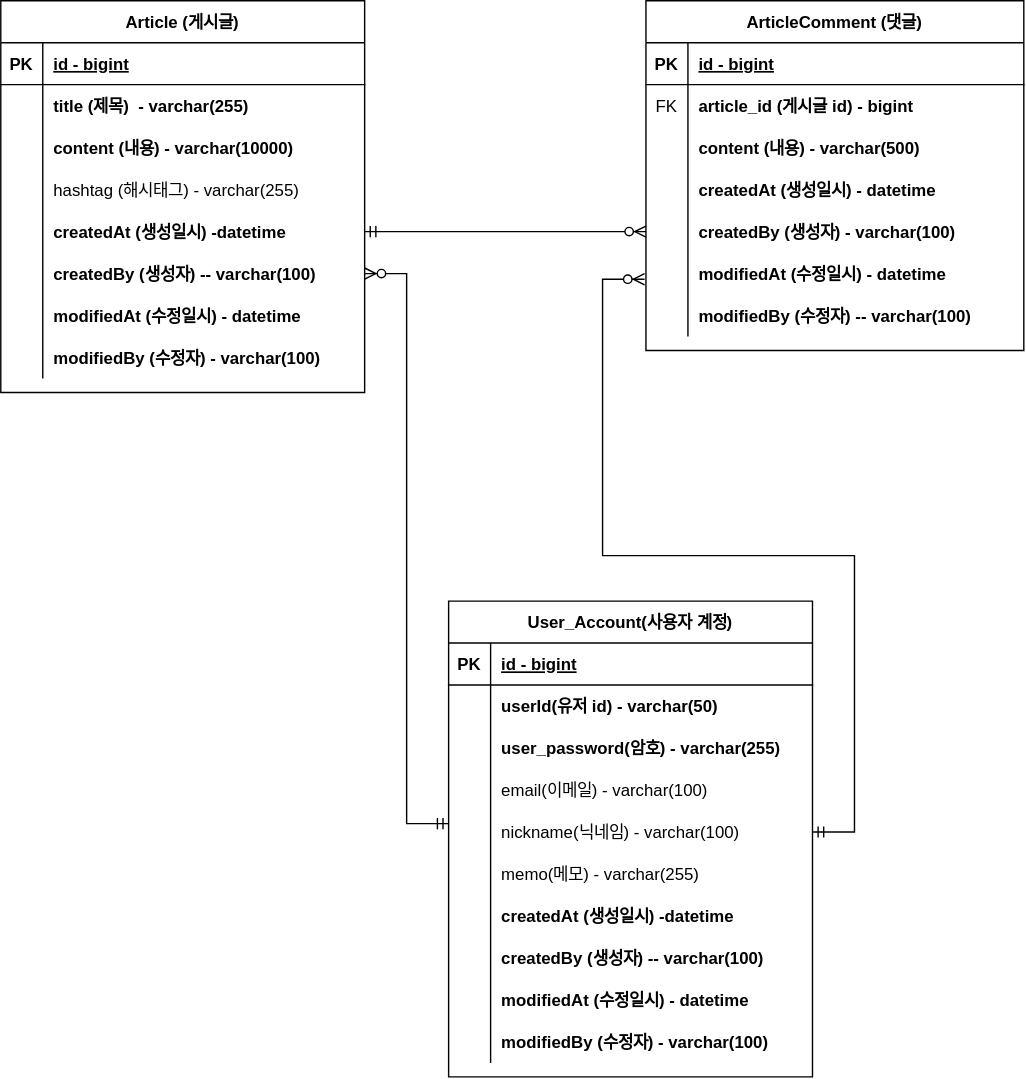
Before: document/project-board-erd.svg, a diagram exported from draw.io (dpwns523/project-board). Source tidied: cells renumbered, new cells last; positions are measured from the earlier drawing's top-left corner, leaving out a move shared by most shapes.
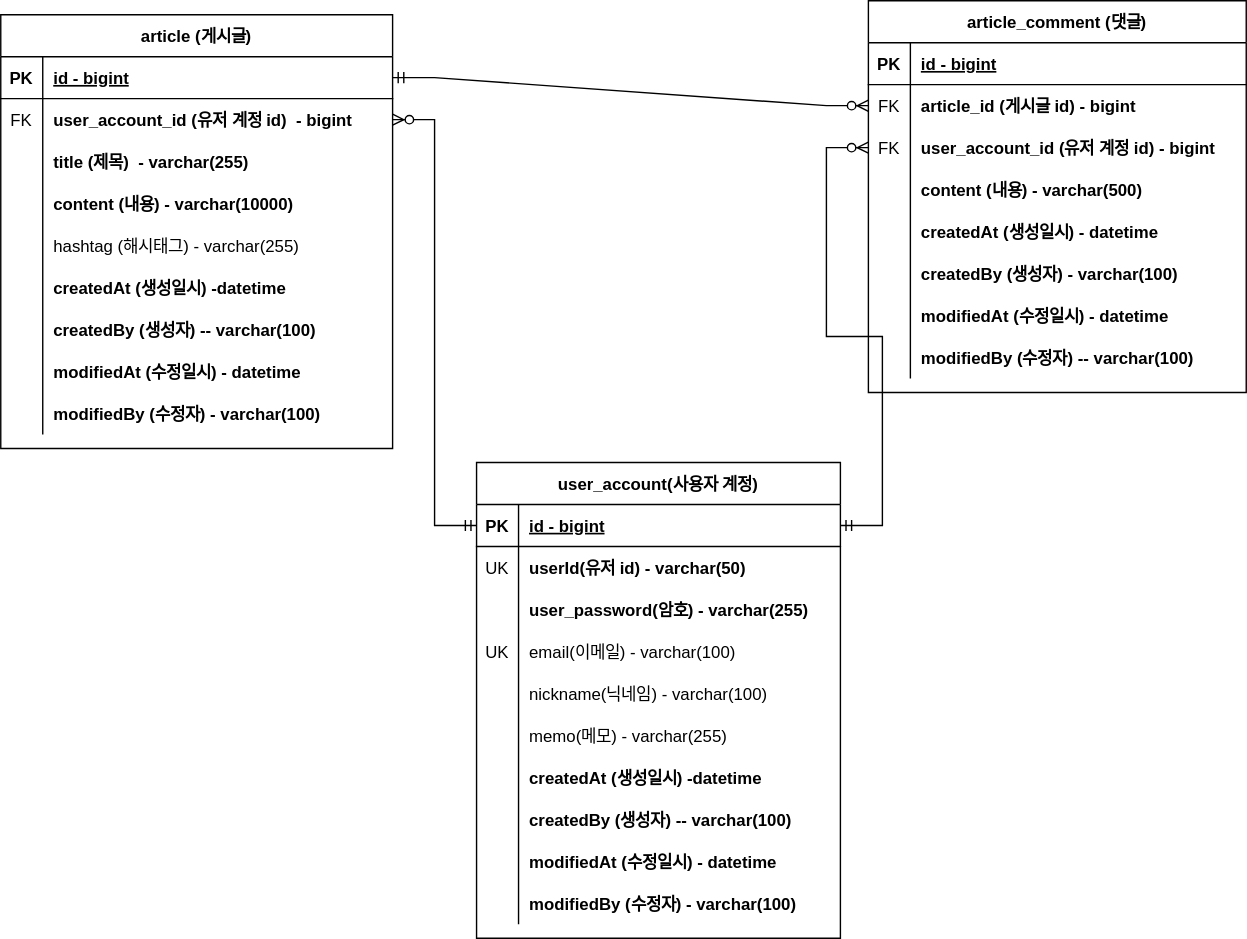
After the commit.

Commit message:
#36 - erd 업데이트: FK, UK 설정

Diff of the diagram source:
```diff
@@ -2,83 +2,92 @@
   <root>
     <mxCell id="0" />
     <mxCell id="1" parent="0" />
-    <mxCell id="2" value="Article (게시글)" style="shape=table;startSize=30;rowLines=0;fontStyle=1;align=center;" parent="1" vertex="1">
-      <mxGeometry width="260" height="280" as="geometry" />
+    <mxCell id="2" value="article (게시글)" style="shape=table;startSize=30;rowLines=0;fontStyle=1;align=center;" parent="1" vertex="1">
+      <mxGeometry x="-140" y="-1" width="280" height="310" as="geometry" />
     </mxCell>
     <mxCell id="3" style="shape=tableRow;horizontal=0;startSize=0;swimlaneHead=0;swimlaneBody=0;fillColor=none;points=[[0,0.5],[1,0.5]];portConstraint=eastwest;top=0;left=0;right=0;bottom=1;" parent="2" vertex="1">
-      <mxGeometry y="30" width="260" height="30" as="geometry" />
+      <mxGeometry y="30" width="280" height="30" as="geometry" />
     </mxCell>
     <mxCell id="4" value="PK" style="shape=partialRectangle;fillColor=none;top=0;left=0;bottom=0;right=0;fontStyle=1;overflow=hidden;" parent="3" vertex="1">
       <mxGeometry width="30" height="30" as="geometry" />
     </mxCell>
     <mxCell id="5" value="id - bigint" style="shape=partialRectangle;fillColor=none;top=0;left=0;bottom=0;right=0;align=left;spacingLeft=6;fontStyle=5;overflow=hidden;" parent="3" vertex="1">
-      <mxGeometry x="30" width="230" height="30" as="geometry" />
+      <mxGeometry x="30" width="250" height="30" as="geometry" />
     </mxCell>
     <mxCell id="6" style="shape=tableRow;horizontal=0;startSize=0;swimlaneHead=0;swimlaneBody=0;fillColor=none;points=[[0,0.5],[1,0.5]];portConstraint=eastwest;top=0;left=0;right=0;bottom=0;" parent="2" vertex="1">
-      <mxGeometry y="60" width="260" height="30" as="geometry" />
+      <mxGeometry y="60" width="280" height="30" as="geometry" />
     </mxCell>
-    <mxCell id="7" style="shape=partialRectangle;fillColor=none;top=0;left=0;bottom=0;right=0;overflow=hidden;" parent="6" vertex="1">
+    <mxCell id="7" value="FK" style="shape=partialRectangle;fillColor=none;top=0;left=0;bottom=0;right=0;overflow=hidden;" parent="6" vertex="1">
       <mxGeometry width="30" height="30" as="geometry" />
     </mxCell>
-    <mxCell id="8" value="title (제목)  - varchar(255)" style="shape=partialRectangle;fillColor=none;top=0;left=0;bottom=0;right=0;align=left;spacingLeft=6;overflow=hidden;fontStyle=1;" parent="6" vertex="1">
-      <mxGeometry x="30" width="230" height="30" as="geometry" />
+    <mxCell id="8" value="user_account_id (유저 계정 id)  - bigint" style="shape=partialRectangle;fillColor=none;top=0;left=0;bottom=0;right=0;align=left;spacingLeft=6;overflow=hidden;fontStyle=1;" parent="6" vertex="1">
+      <mxGeometry x="30" width="250" height="30" as="geometry" />
     </mxCell>
+    <mxCell id="83" style="shape=tableRow;horizontal=0;startSize=0;swimlaneHead=0;swimlaneBody=0;fillColor=none;top=0;left=0;right=0;bottom=0;" parent="2" vertex="1">
+      <mxGeometry y="90" width="280" height="30" as="geometry" />
+    </mxCell>
+    <mxCell id="84" style="shape=partialRectangle;fillColor=none;top=0;left=0;bottom=0;right=0;overflow=hidden;" parent="83" vertex="1">
+      <mxGeometry width="30" height="30" as="geometry" />
+    </mxCell>
+    <mxCell id="85" value="title (제목)  - varchar(255)" style="shape=partialRectangle;fillColor=none;top=0;left=0;bottom=0;right=0;align=left;spacingLeft=6;overflow=hidden;fontStyle=1;" parent="83" vertex="1">
+      <mxGeometry x="30" width="250" height="30" as="geometry" />
+    </mxCell>
     <mxCell id="9" style="shape=tableRow;horizontal=0;startSize=0;swimlaneHead=0;swimlaneBody=0;fillColor=none;top=0;left=0;right=0;bottom=0;" parent="2" vertex="1">
-      <mxGeometry y="90" width="260" height="30" as="geometry" />
+      <mxGeometry y="120" width="280" height="30" as="geometry" />
     </mxCell>
     <mxCell id="10" style="shape=partialRectangle;fillColor=none;top=0;left=0;bottom=0;right=0;overflow=hidden;" parent="9" vertex="1">
       <mxGeometry width="30" height="30" as="geometry" />
     </mxCell>
     <mxCell id="11" value="content (내용) - varchar(10000)" style="shape=partialRectangle;fillColor=none;top=0;left=0;bottom=0;right=0;align=left;spacingLeft=6;overflow=hidden;fontStyle=1;" parent="9" vertex="1">
-      <mxGeometry x="30" width="230" height="30" as="geometry" />
+      <mxGeometry x="30" width="250" height="30" as="geometry" />
     </mxCell>
     <mxCell id="12" style="shape=tableRow;horizontal=0;startSize=0;swimlaneHead=0;swimlaneBody=0;fillColor=none;top=0;left=0;right=0;bottom=0;" parent="2" vertex="1">
-      <mxGeometry y="120" width="260" height="30" as="geometry" />
+      <mxGeometry y="150" width="280" height="30" as="geometry" />
     </mxCell>
     <mxCell id="13" style="shape=partialRectangle;fillColor=none;top=0;left=0;bottom=0;right=0;overflow=hidden;" parent="12" vertex="1">
       <mxGeometry width="30" height="30" as="geometry" />
     </mxCell>
     <mxCell id="14" value="hashtag (해시태그) - varchar(255)" style="shape=partialRectangle;fillColor=none;top=0;left=0;bottom=0;right=0;align=left;spacingLeft=6;overflow=hidden;" parent="12" vertex="1">
-      <mxGeometry x="30" width="230" height="30" as="geometry" />
+      <mxGeometry x="30" width="250" height="30" as="geometry" />
     </mxCell>
     <mxCell id="15" style="shape=tableRow;horizontal=0;startSize=0;swimlaneHead=0;swimlaneBody=0;fillColor=none;points=[[0,0.5],[1,0.5]];portConstraint=eastwest;top=0;left=0;right=0;bottom=0;" parent="2" vertex="1">
-      <mxGeometry y="150" width="260" height="30" as="geometry" />
+      <mxGeometry y="180" width="280" height="30" as="geometry" />
     </mxCell>
     <mxCell id="16" style="shape=partialRectangle;fillColor=none;top=0;left=0;bottom=0;right=0;overflow=hidden;" parent="15" vertex="1">
       <mxGeometry width="30" height="30" as="geometry" />
     </mxCell>
     <mxCell id="17" value="createdAt (생성일시) -datetime" style="shape=partialRectangle;fillColor=none;top=0;left=0;bottom=0;right=0;align=left;spacingLeft=6;overflow=hidden;fontStyle=1;" parent="15" vertex="1">
-      <mxGeometry x="30" width="230" height="30" as="geometry" />
+      <mxGeometry x="30" width="250" height="30" as="geometry" />
     </mxCell>
     <mxCell id="18" style="shape=tableRow;horizontal=0;startSize=0;swimlaneHead=0;swimlaneBody=0;fillColor=none;points=[[0,0.5],[1,0.5]];portConstraint=eastwest;top=0;left=0;right=0;bottom=0;" parent="2" vertex="1">
-      <mxGeometry y="180" width="260" height="30" as="geometry" />
+      <mxGeometry y="210" width="280" height="30" as="geometry" />
     </mxCell>
     <mxCell id="19" style="shape=partialRectangle;fillColor=none;top=0;left=0;bottom=0;right=0;overflow=hidden;" parent="18" vertex="1">
       <mxGeometry width="30" height="30" as="geometry" />
     </mxCell>
     <mxCell id="20" value="createdBy (생성자) -- varchar(100)" style="shape=partialRectangle;fillColor=none;top=0;left=0;bottom=0;right=0;align=left;spacingLeft=6;overflow=hidden;fontStyle=1;" parent="18" vertex="1">
-      <mxGeometry x="30" width="230" height="30" as="geometry" />
+      <mxGeometry x="30" width="250" height="30" as="geometry" />
     </mxCell>
     <mxCell id="21" style="shape=tableRow;horizontal=0;startSize=0;swimlaneHead=0;swimlaneBody=0;fillColor=none;top=0;left=0;right=0;bottom=0;" parent="2" vertex="1">
-      <mxGeometry y="210" width="260" height="30" as="geometry" />
+      <mxGeometry y="240" width="280" height="30" as="geometry" />
     </mxCell>
     <mxCell id="22" style="shape=partialRectangle;fillColor=none;top=0;left=0;bottom=0;right=0;overflow=hidden;" parent="21" vertex="1">
       <mxGeometry width="30" height="30" as="geometry" />
     </mxCell>
     <mxCell id="23" value="modifiedAt (수정일시) - datetime" style="shape=partialRectangle;fillColor=none;top=0;left=0;bottom=0;right=0;align=left;spacingLeft=6;overflow=hidden;fontStyle=1;" parent="21" vertex="1">
-      <mxGeometry x="30" width="230" height="30" as="geometry" />
+      <mxGeometry x="30" width="250" height="30" as="geometry" />
     </mxCell>
     <mxCell id="24" style="shape=tableRow;horizontal=0;startSize=0;swimlaneHead=0;swimlaneBody=0;fillColor=none;top=0;left=0;right=0;bottom=0;" parent="2" vertex="1">
-      <mxGeometry y="240" width="260" height="30" as="geometry" />
+      <mxGeometry y="270" width="280" height="30" as="geometry" />
     </mxCell>
     <mxCell id="25" style="shape=partialRectangle;fillColor=none;top=0;left=0;bottom=0;right=0;overflow=hidden;" parent="24" vertex="1">
       <mxGeometry width="30" height="30" as="geometry" />
     </mxCell>
     <mxCell id="26" value="modifiedBy (수정자) - varchar(100)" style="shape=partialRectangle;fillColor=none;top=0;left=0;bottom=0;right=0;align=left;spacingLeft=6;overflow=hidden;fontStyle=1;" parent="24" vertex="1">
-      <mxGeometry x="30" width="230" height="30" as="geometry" />
+      <mxGeometry x="30" width="250" height="30" as="geometry" />
     </mxCell>
-    <mxCell id="27" value="ArticleComment (댓글)" style="shape=table;startSize=30;rowLines=0;fontStyle=1;align=center;" parent="1" vertex="1">
-      <mxGeometry x="461" width="270" height="250" as="geometry" />
+    <mxCell id="27" value="article_comment (댓글)" style="shape=table;startSize=30;rowLines=0;fontStyle=1;align=center;" parent="1" vertex="1">
+      <mxGeometry x="480" y="-11" width="270" height="280" as="geometry" />
     </mxCell>
     <mxCell id="28" style="shape=tableRow;horizontal=0;startSize=0;swimlaneHead=0;swimlaneBody=0;fillColor=none;top=0;left=0;right=0;bottom=1;" parent="27" vertex="1">
       <mxGeometry y="30" width="270" height="30" as="geometry" />
@@ -98,8 +107,17 @@
     <mxCell id="33" value="article_id (게시글 id) - bigint" style="shape=partialRectangle;fillColor=none;top=0;left=0;bottom=0;right=0;align=left;spacingLeft=6;overflow=hidden;fontStyle=1;" parent="31" vertex="1">
       <mxGeometry x="30" width="240" height="30" as="geometry" />
     </mxCell>
+    <mxCell id="86" style="shape=tableRow;horizontal=0;startSize=0;swimlaneHead=0;swimlaneBody=0;fillColor=none;points=[[0,0.5],[1,0.5]];portConstraint=eastwest;top=0;left=0;right=0;bottom=0;" parent="27" vertex="1">
+      <mxGeometry y="90" width="270" height="30" as="geometry" />
+    </mxCell>
+    <mxCell id="87" value="FK" style="shape=partialRectangle;fillColor=none;top=0;left=0;bottom=0;right=0;overflow=hidden;" parent="86" vertex="1">
+      <mxGeometry width="30" height="30" as="geometry" />
+    </mxCell>
+    <mxCell id="88" value="user_account_id (유저 계정 id) - bigint" style="shape=partialRectangle;fillColor=none;top=0;left=0;bottom=0;right=0;align=left;spacingLeft=6;overflow=hidden;fontStyle=1;" parent="86" vertex="1">
+      <mxGeometry x="30" width="240" height="30" as="geometry" />
+    </mxCell>
     <mxCell id="34" style="shape=tableRow;horizontal=0;startSize=0;swimlaneHead=0;swimlaneBody=0;fillColor=none;top=0;left=0;right=0;bottom=0;" parent="27" vertex="1">
-      <mxGeometry y="90" width="270" height="30" as="geometry" />
+      <mxGeometry y="120" width="270" height="30" as="geometry" />
     </mxCell>
     <mxCell id="35" style="shape=partialRectangle;fillColor=none;top=0;left=0;bottom=0;right=0;overflow=hidden;" parent="34" vertex="1">
       <mxGeometry width="30" height="30" as="geometry" />
@@ -108,7 +126,7 @@
       <mxGeometry x="30" width="240" height="30" as="geometry" />
     </mxCell>
     <mxCell id="37" style="shape=tableRow;horizontal=0;startSize=0;swimlaneHead=0;swimlaneBody=0;fillColor=none;top=0;left=0;right=0;bottom=0;" parent="27" vertex="1">
-      <mxGeometry y="120" width="270" height="30" as="geometry" />
+      <mxGeometry y="150" width="270" height="30" as="geometry" />
     </mxCell>
     <mxCell id="38" style="shape=partialRectangle;fillColor=none;top=0;left=0;bottom=0;right=0;overflow=hidden;" parent="37" vertex="1">
       <mxGeometry width="30" height="30" as="geometry" />
@@ -117,7 +135,7 @@
       <mxGeometry x="30" width="240" height="30" as="geometry" />
     </mxCell>
     <mxCell id="40" style="shape=tableRow;horizontal=0;startSize=0;swimlaneHead=0;swimlaneBody=0;fillColor=none;points=[[0,0.5],[1,0.5]];portConstraint=eastwest;top=0;left=0;right=0;bottom=0;" parent="27" vertex="1">
-      <mxGeometry y="150" width="270" height="30" as="geometry" />
+      <mxGeometry y="180" width="270" height="30" as="geometry" />
     </mxCell>
     <mxCell id="41" style="shape=partialRectangle;fillColor=none;top=0;left=0;bottom=0;right=0;overflow=hidden;" parent="40" vertex="1">
       <mxGeometry width="30" height="30" as="geometry" />
@@ -126,7 +144,7 @@
       <mxGeometry x="30" width="240" height="30" as="geometry" />
     </mxCell>
     <mxCell id="43" style="shape=tableRow;horizontal=0;startSize=0;swimlaneHead=0;swimlaneBody=0;fillColor=none;top=0;left=0;right=0;bottom=0;" parent="27" vertex="1">
-      <mxGeometry y="180" width="270" height="30" as="geometry" />
+      <mxGeometry y="210" width="270" height="30" as="geometry" />
     </mxCell>
     <mxCell id="44" style="shape=partialRectangle;fillColor=none;top=0;left=0;bottom=0;right=0;overflow=hidden;" parent="43" vertex="1">
       <mxGeometry width="30" height="30" as="geometry" />
@@ -135,7 +153,7 @@
       <mxGeometry x="30" width="240" height="30" as="geometry" />
     </mxCell>
     <mxCell id="46" style="shape=tableRow;horizontal=0;startSize=0;swimlaneHead=0;swimlaneBody=0;fillColor=none;top=0;left=0;right=0;bottom=0;" parent="27" vertex="1">
-      <mxGeometry y="210" width="270" height="30" as="geometry" />
+      <mxGeometry y="240" width="270" height="30" as="geometry" />
     </mxCell>
     <mxCell id="47" style="shape=partialRectangle;fillColor=none;top=0;left=0;bottom=0;right=0;overflow=hidden;" parent="46" vertex="1">
       <mxGeometry width="30" height="30" as="geometry" />
@@ -143,11 +161,11 @@
     <mxCell id="48" value="modifiedBy (수정자) -- varchar(100)" style="shape=partialRectangle;fillColor=none;top=0;left=0;bottom=0;right=0;align=left;spacingLeft=6;overflow=hidden;fontStyle=1;" parent="46" vertex="1">
       <mxGeometry x="30" width="240" height="30" as="geometry" />
     </mxCell>
-    <mxCell id="49" style="edgeStyle=entityRelationEdgeStyle;fontSize=12;html=1;endArrow=ERzeroToMany;startArrow=ERmandOne;rounded=0;exitX=1;exitY=0.5;exitDx=0;exitDy=0;entryX=0;entryY=0.5;entryDx=0;entryDy=0;" parent="1" edge="1" source="15" target="40">
+    <mxCell id="49" style="edgeStyle=entityRelationEdgeStyle;fontSize=12;html=1;endArrow=ERzeroToMany;startArrow=ERmandOne;rounded=0;exitX=1;exitY=0.5;exitDx=0;exitDy=0;entryX=0;entryY=0.5;entryDx=0;entryDy=0;" parent="1" edge="1" source="3" target="31">
       <mxGeometry relative="1" as="geometry" />
     </mxCell>
-    <mxCell id="50" value="User_Account(사용자 계정)" style="shape=table;startSize=30;rowLines=0;fontStyle=1;align=center;" parent="1" vertex="1">
-      <mxGeometry x="320" y="429" width="260" height="340" as="geometry" />
+    <mxCell id="50" value="user_account(사용자 계정)" style="shape=table;startSize=30;rowLines=0;fontStyle=1;align=center;" parent="1" vertex="1">
+      <mxGeometry x="200" y="319" width="260" height="340" as="geometry" />
     </mxCell>
     <mxCell id="51" style="shape=tableRow;horizontal=0;startSize=0;swimlaneHead=0;swimlaneBody=0;fillColor=none;points=[[0,0.5],[1,0.5]];portConstraint=eastwest;top=0;left=0;right=0;bottom=1;" parent="50" vertex="1">
       <mxGeometry y="30" width="260" height="30" as="geometry" />
@@ -161,7 +179,7 @@
     <mxCell id="54" style="shape=tableRow;horizontal=0;startSize=0;swimlaneHead=0;swimlaneBody=0;fillColor=none;top=0;left=0;right=0;bottom=0;" parent="50" vertex="1">
       <mxGeometry y="60" width="260" height="30" as="geometry" />
     </mxCell>
-    <mxCell id="55" style="shape=partialRectangle;fillColor=none;top=0;left=0;bottom=0;right=0;overflow=hidden;" parent="54" vertex="1">
+    <mxCell id="55" value="UK" style="shape=partialRectangle;fillColor=none;top=0;left=0;bottom=0;right=0;overflow=hidden;" parent="54" vertex="1">
       <mxGeometry width="30" height="30" as="geometry" />
     </mxCell>
     <mxCell id="56" value="userId(유저 id) - varchar(50)" style="shape=partialRectangle;fillColor=none;top=0;left=0;bottom=0;right=0;align=left;spacingLeft=6;overflow=hidden;fontStyle=1;" parent="54" vertex="1">
@@ -179,7 +197,7 @@
     <mxCell id="60" style="shape=tableRow;horizontal=0;startSize=0;swimlaneHead=0;swimlaneBody=0;fillColor=none;top=0;left=0;right=0;bottom=0;" parent="50" vertex="1">
       <mxGeometry y="120" width="260" height="30" as="geometry" />
     </mxCell>
-    <mxCell id="61" style="shape=partialRectangle;fillColor=none;top=0;left=0;bottom=0;right=0;overflow=hidden;" parent="60" vertex="1">
+    <mxCell id="61" value="UK" style="shape=partialRectangle;fillColor=none;top=0;left=0;bottom=0;right=0;overflow=hidden;" parent="60" vertex="1">
       <mxGeometry width="30" height="30" as="geometry" />
     </mxCell>
     <mxCell id="62" value="email(이메일) - varchar(100)" style="shape=partialRectangle;fillColor=none;top=0;left=0;bottom=0;right=0;align=left;spacingLeft=6;overflow=hidden;" parent="60" vertex="1">
@@ -239,13 +257,11 @@
     <mxCell id="80" value="modifiedBy (수정자) - varchar(100)" style="shape=partialRectangle;fillColor=none;top=0;left=0;bottom=0;right=0;align=left;spacingLeft=6;overflow=hidden;fontStyle=1;" parent="78" vertex="1">
       <mxGeometry x="30" width="230" height="30" as="geometry" />
     </mxCell>
-    <mxCell id="81" style="edgeStyle=entityRelationEdgeStyle;fontSize=12;html=1;endArrow=ERzeroToMany;startArrow=ERmandOne;rounded=0;entryX=1;entryY=0.5;entryDx=0;entryDy=0;exitX=0;exitY=0.3;exitDx=0;exitDy=0;exitPerimeter=0;" parent="1" edge="1" source="63" target="18">
+    <mxCell id="81" style="edgeStyle=entityRelationEdgeStyle;fontSize=12;html=1;endArrow=ERzeroToMany;startArrow=ERmandOne;rounded=0;entryX=1;entryY=0.5;entryDx=0;entryDy=0;exitX=0;exitY=0.5;exitDx=0;exitDy=0;" parent="1" edge="1" source="51" target="6">
       <mxGeometry relative="1" as="geometry" />
     </mxCell>
-    <mxCell id="82" style="edgeStyle=entityRelationEdgeStyle;fontSize=12;html=1;endArrow=ERzeroToMany;startArrow=ERmandOne;rounded=0;exitX=1;exitY=0.5;exitDx=0;exitDy=0;" parent="1" edge="1" source="63">
-      <mxGeometry relative="1" as="geometry">
-        <mxPoint x="460" y="199" as="targetPoint" />
-      </mxGeometry>
+    <mxCell id="82" style="edgeStyle=entityRelationEdgeStyle;fontSize=12;html=1;endArrow=ERzeroToMany;startArrow=ERmandOne;rounded=0;exitX=1;exitY=0.5;exitDx=0;exitDy=0;entryX=0;entryY=0.5;entryDx=0;entryDy=0;" parent="1" edge="1" source="51" target="86">
+      <mxGeometry relative="1" as="geometry" />
     </mxCell>
   </root>
 </mxGraphModel>
```
